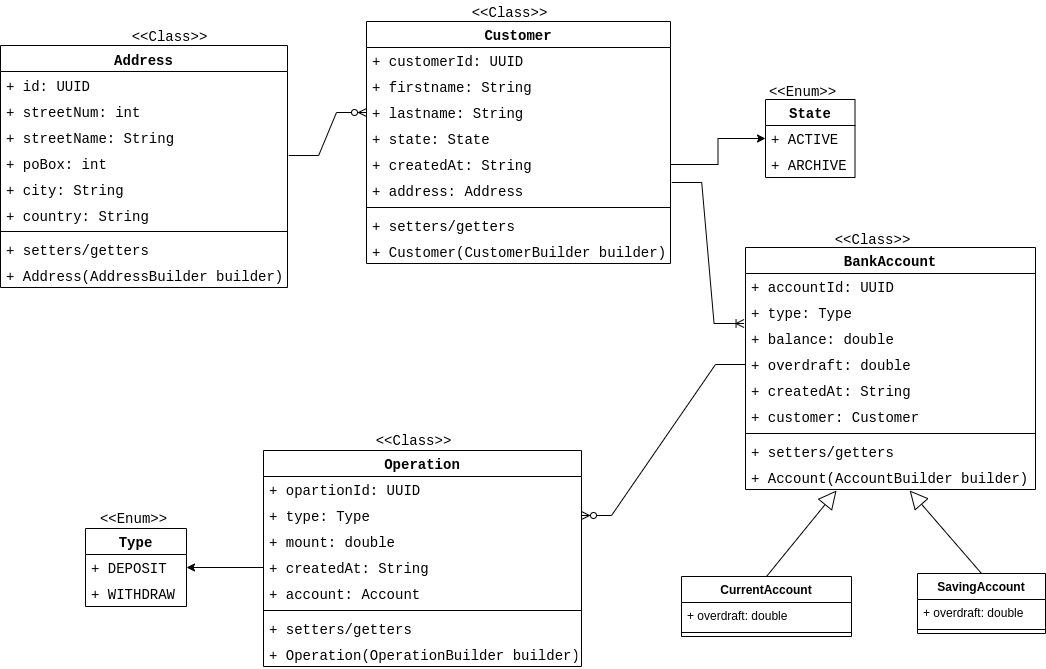
Before: assets/exalt-bank-account-conception.png, a diagram exported from draw.io (placidenduwayo1/exalt-kata-fullstak-bank-account-application). Source tidied: cells renumbered, new cells last; positions are measured from the earlier drawing's top-left corner, leaving out a move shared by most shapes.
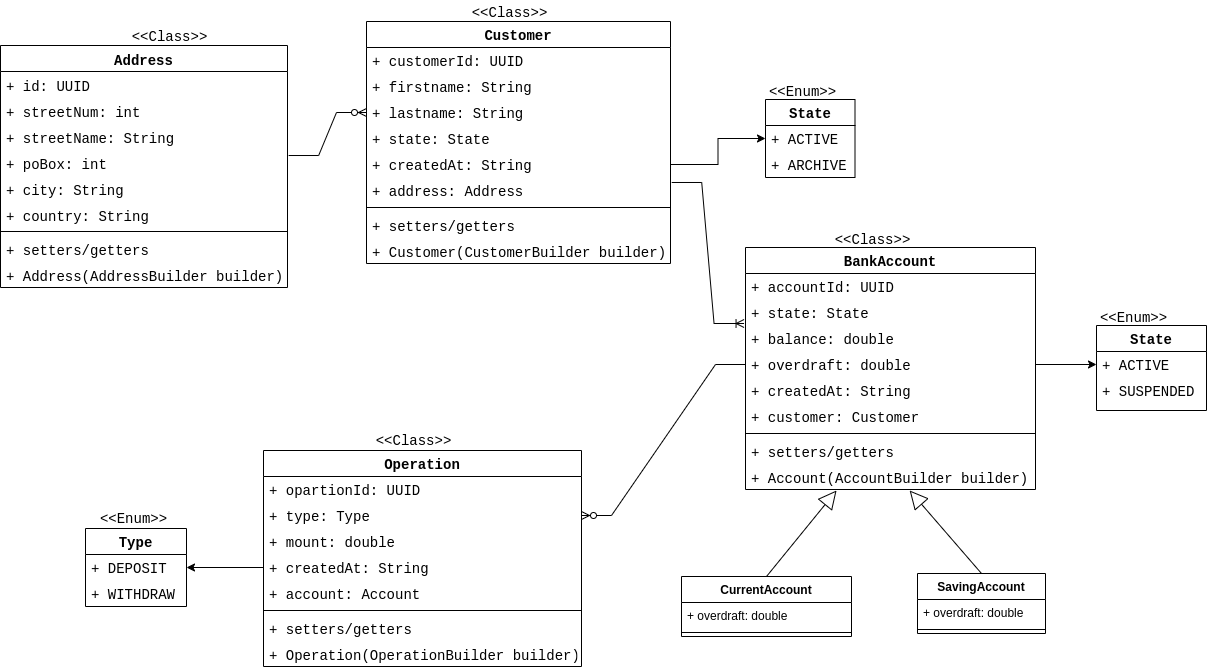
Later version of the same file.

Change to the diagram source:
```diff
@@ -74,7 +74,7 @@
     <mxCell id="25" value="+ accountId: UUID" style="text;strokeColor=none;fillColor=none;align=left;verticalAlign=top;spacingLeft=4;spacingRight=4;overflow=hidden;whiteSpace=wrap;html=1;fontSize=14;fontFamily=Courier New;" parent="24" vertex="1">
       <mxGeometry y="26" width="290" height="26" as="geometry" />
     </mxCell>
-    <mxCell id="26" value="+ type: Type" style="text;strokeColor=none;fillColor=none;align=left;verticalAlign=top;spacingLeft=4;spacingRight=4;overflow=hidden;whiteSpace=wrap;html=1;fontSize=14;fontFamily=Courier New;" parent="24" vertex="1">
+    <mxCell id="26" value="+ state: State" style="text;strokeColor=none;fillColor=none;align=left;verticalAlign=top;spacingLeft=4;spacingRight=4;overflow=hidden;whiteSpace=wrap;html=1;fontSize=14;fontFamily=Courier New;" parent="24" vertex="1">
       <mxGeometry y="52" width="290" height="26" as="geometry" />
     </mxCell>
     <mxCell id="27" value="+ balance: double" style="text;strokeColor=none;fillColor=none;align=left;verticalAlign=top;spacingLeft=4;spacingRight=4;overflow=hidden;points=[[0,0.5],[1,0.5]];portConstraint=eastwest;whiteSpace=wrap;html=1;fontSize=14;fontFamily=Courier New;" parent="24" vertex="1">
@@ -194,5 +194,20 @@
     <mxCell id="65" style="endArrow=block;endSize=16;endFill=0;html=1;rounded=0;exitX=0.5;exitY=0;exitDx=0;exitDy=0;entryX=0.566;entryY=1.038;entryDx=0;entryDy=0;entryPerimeter=0;labelPosition=right;verticalLabelPosition=middle;align=left;verticalAlign=middle;" parent="1" edge="1" source="61" target="33">
       <mxGeometry relative="1" as="geometry" />
     </mxCell>
+    <mxCell id="66" value="State" style="swimlane;fontStyle=1;align=center;verticalAlign=top;horizontal=1;startSize=26;whiteSpace=wrap;html=1;fontSize=14;fontFamily=Courier New;" parent="1" vertex="1">
+      <mxGeometry x="1096" y="325" width="110" height="85" as="geometry" />
+    </mxCell>
+    <mxCell id="67" value="+ ACTIVE" style="text;strokeColor=none;fillColor=none;align=left;verticalAlign=top;spacingLeft=4;spacingRight=4;overflow=hidden;points=[[0,0.5],[1,0.5]];portConstraint=eastwest;whiteSpace=wrap;html=1;fontSize=14;fontFamily=Courier New;" parent="66" vertex="1">
+      <mxGeometry y="26" width="110" height="26" as="geometry" />
+    </mxCell>
+    <mxCell id="68" value="+ SUSPENDED" style="text;strokeColor=none;fillColor=none;align=left;verticalAlign=top;spacingLeft=4;spacingRight=4;overflow=hidden;whiteSpace=wrap;html=1;fontSize=14;fontFamily=Courier New;" parent="66" vertex="1">
+      <mxGeometry y="52" width="110" height="33" as="geometry" />
+    </mxCell>
+    <mxCell id="69" value="&amp;lt;&amp;lt;Enum&amp;gt;&amp;gt;" style="text;align=center;fontStyle=0;verticalAlign=middle;spacingLeft=3;spacingRight=3;strokeColor=none;html=1;fontSize=14;fontFamily=Courier New;" parent="1" vertex="1">
+      <mxGeometry x="1093" y="306" width="80" height="23" as="geometry" />
+    </mxCell>
+    <mxCell id="70" style="edgeStyle=orthogonalEdgeStyle;rounded=0;jettySize=auto;html=1;exitX=1;exitY=0.5;exitDx=0;exitDy=0;entryX=0;entryY=0.5;entryDx=0;entryDy=0;" parent="1" edge="1" source="28" target="67">
+      <mxGeometry relative="1" as="geometry" />
+    </mxCell>
   </root>
 </mxGraphModel>
```
